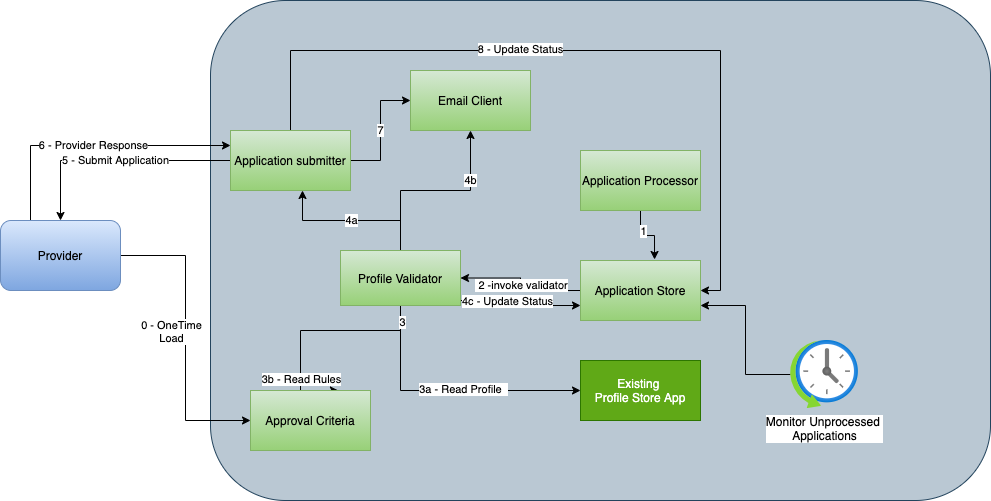
This is JobApplicationProcessor.png from ShanmugaSivapragasam/job-application-processor, a draw.io export, as it was before one commit. Source tidied: cells renumbered, new cells last; positions are measured from the earlier drawing's top-left corner, leaving out a move shared by most shapes.
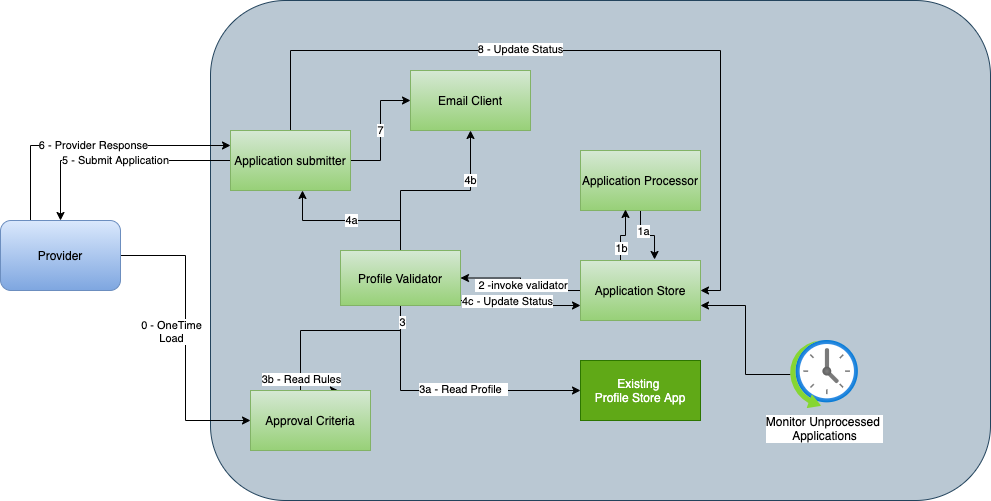
The same diagram one commit later.

Diff of the diagram source:
```diff
@@ -8,7 +8,7 @@
     <mxCell id="3" style="edgeStyle=orthogonalEdgeStyle;rounded=0;jettySize=auto;html=1;entryX=0.617;entryY=-0.017;entryDx=0;entryDy=0;entryPerimeter=0;" parent="1" edge="1" source="5" target="8">
       <mxGeometry relative="1" as="geometry" />
     </mxCell>
-    <mxCell id="4" value="1" style="edgeLabel;html=1;align=center;verticalAlign=middle;" parent="3" vertex="1">
+    <mxCell id="4" value="1a" style="edgeLabel;html=1;align=center;verticalAlign=middle;" parent="3" vertex="1">
       <mxGeometry x="-0.36" y="2" relative="1" as="geometry" />
     </mxCell>
     <mxCell id="5" value="Application Processor" style="rounded=0;whiteSpace=wrap;html=1;gradientColor=#97d077;fillColor=#d5e8d4;strokeColor=#82b366;" parent="1" vertex="1">
@@ -20,6 +20,17 @@
     <mxCell id="7" value="&amp;nbsp;2 -invoke validator" style="edgeLabel;html=1;align=center;verticalAlign=middle;" parent="6" vertex="1">
       <mxGeometry relative="1" as="geometry" />
     </mxCell>
+    <mxCell id="34" style="edgeStyle=orthogonalEdgeStyle;rounded=0;jettySize=auto;html=1;entryX=0.375;entryY=0.983;entryDx=0;entryDy=0;entryPerimeter=0;" parent="1" edge="1" source="8" target="5">
+      <mxGeometry relative="1" as="geometry">
+        <Array as="points">
+          <mxPoint x="620" y="235" />
+          <mxPoint x="625" y="235" />
+        </Array>
+      </mxGeometry>
+    </mxCell>
+    <mxCell id="35" value="1b" style="edgeLabel;html=1;align=center;verticalAlign=middle;" parent="34" vertex="1">
+      <mxGeometry x="-0.54" relative="1" as="geometry" />
+    </mxCell>
     <mxCell id="8" value="Application Store" style="rounded=0;whiteSpace=wrap;html=1;gradientColor=#97d077;fillColor=#d5e8d4;strokeColor=#82b366;" parent="1" vertex="1">
       <mxGeometry x="580" y="260" width="120" height="60" as="geometry" />
     </mxCell>
```
